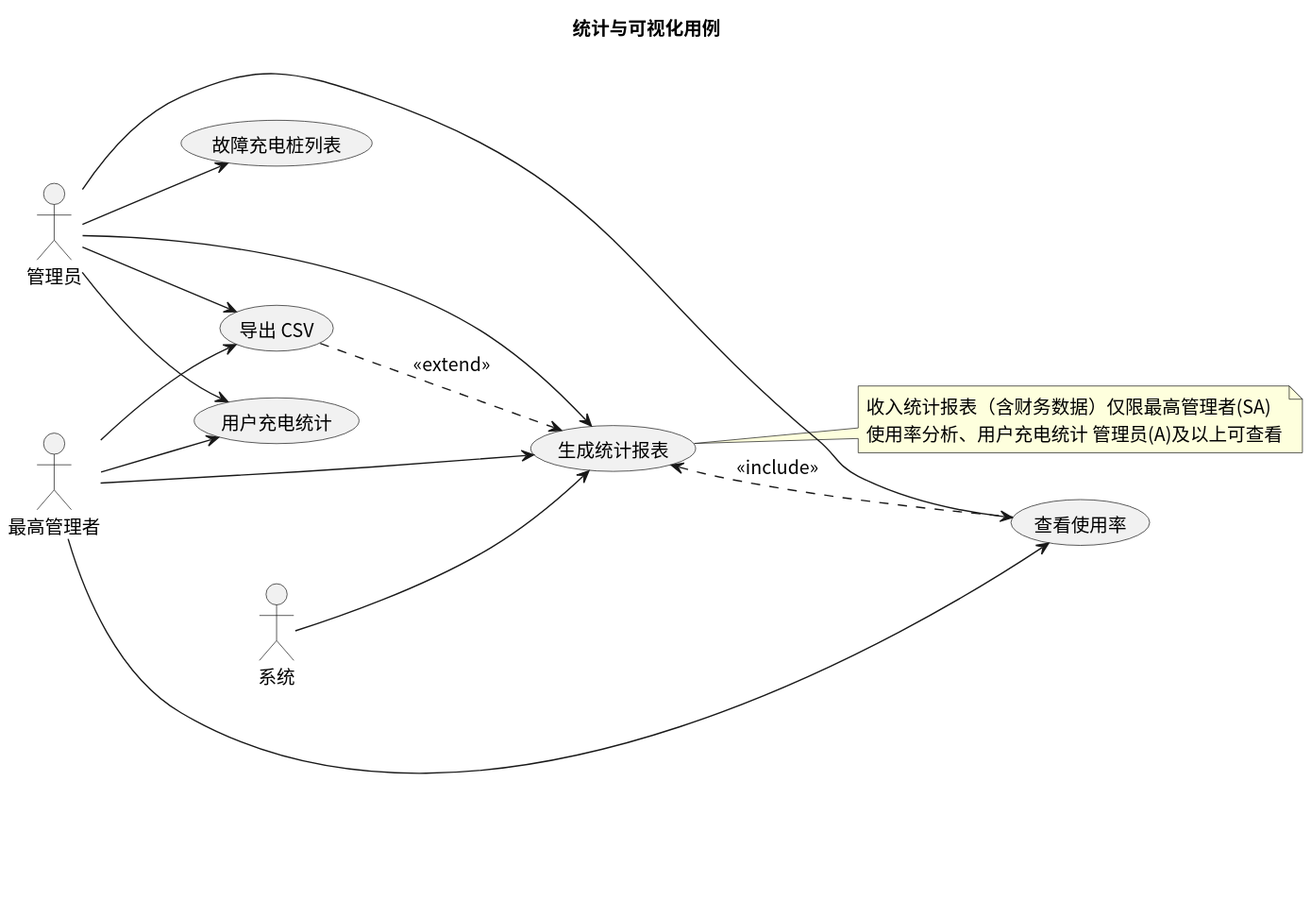
Above: usecase/docs/overview/img/analytics.svg in greenhandzdl/charging-station-doc (PlantUML), before the change.
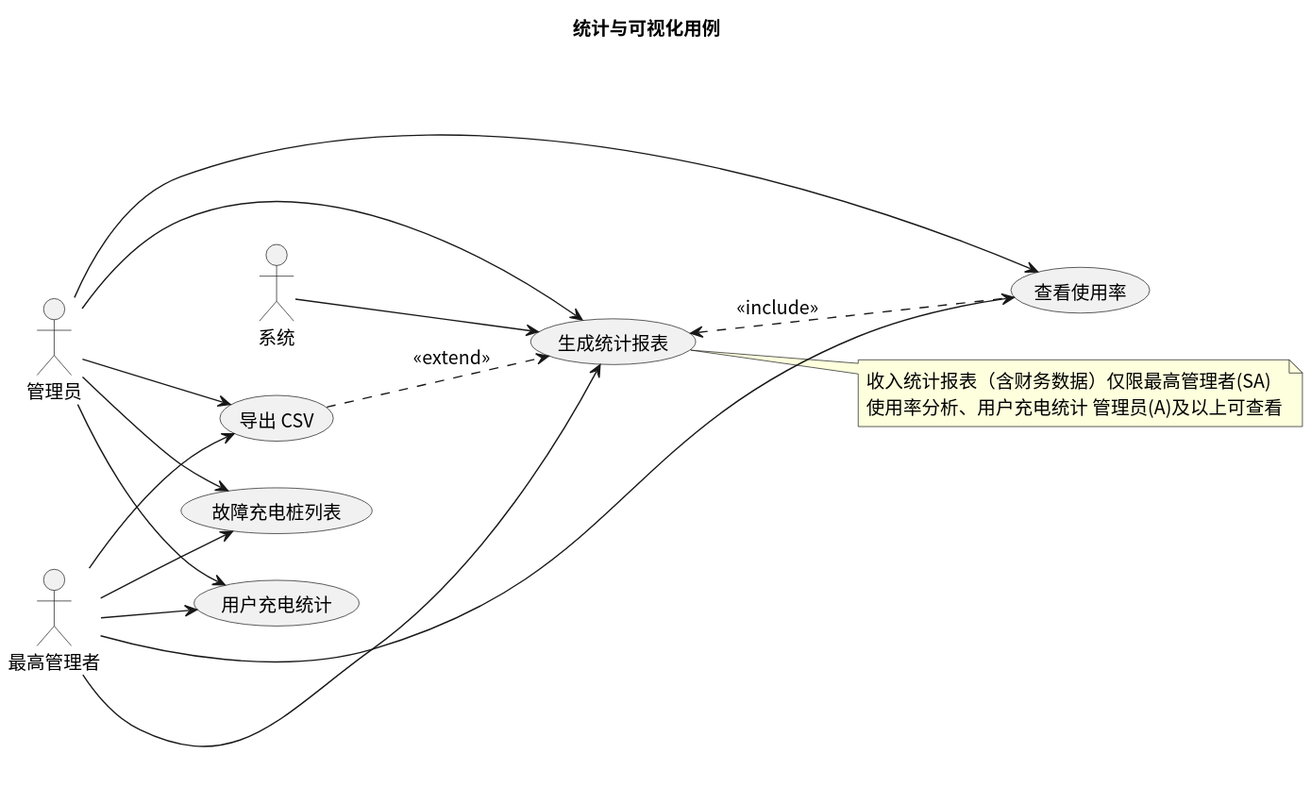
The same diagram one commit later.

Change to the diagram source:
```diff
@@ -23,6 +23,7 @@
 SA --> VU
 SA --> EXP
 A  --> FCL
+SA --> FCL
 A  --> UCS
 SA --> UCS
 
```
